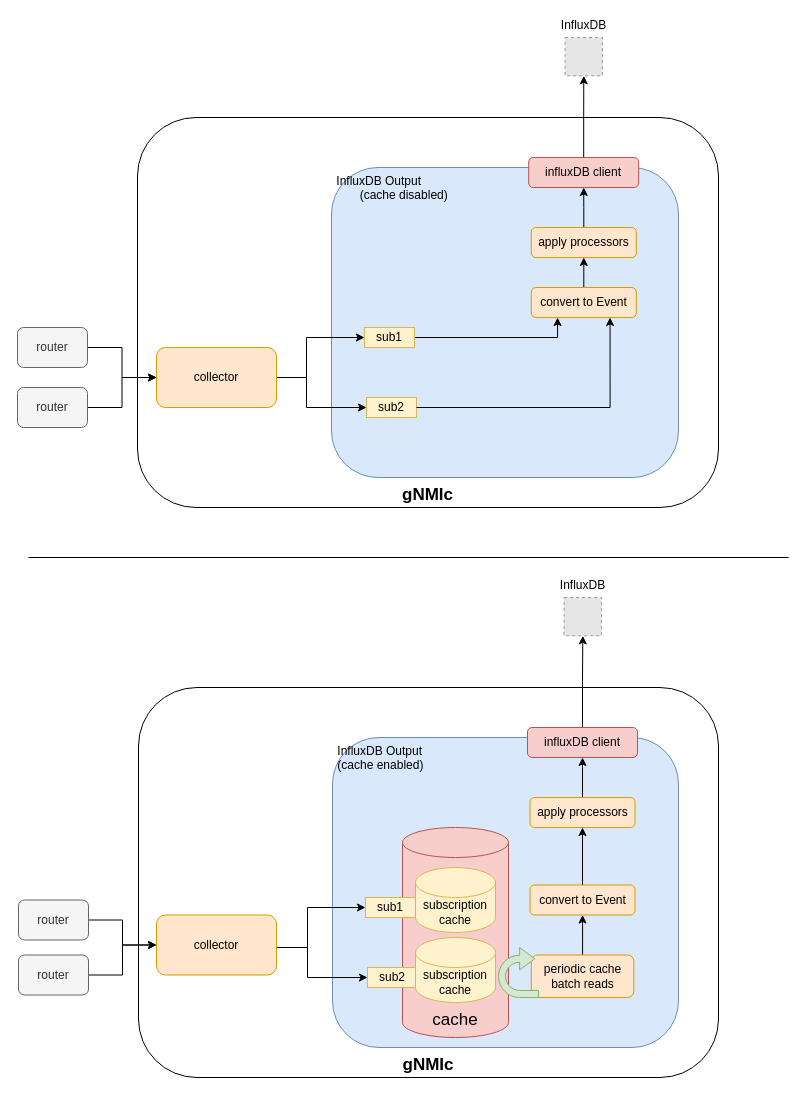
Before: diagrams/influxdb_output_with_without_cache.drawio in karimra/gnmic, a draw.io diagram. Source tidied: cells renumbered, new cells numbered last; positions are measured from the earlier drawing's top-left corner, leaving out a move shared by most shapes. Both pictures are drawn from the tidied source at 100%, with x=0, y=0 at pixel (17, 17). Pictures stored in the file or linked from it are replaced by grey dashed boxes.
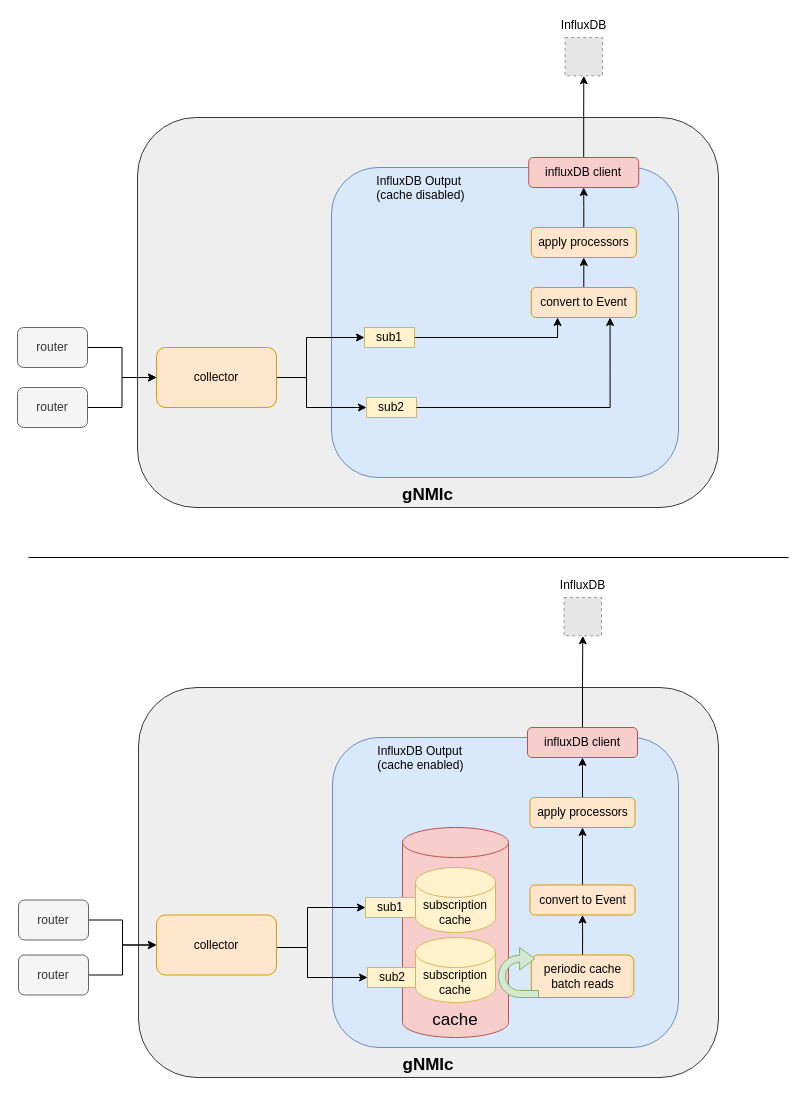
Above is the later version.

The edit, as a diff of the source:
```diff
@@
-    <mxCell id="2" value="&lt;b&gt;&lt;font style=&quot;font-size: 17px;&quot;&gt;gNMIc&lt;/font&gt;&lt;/b&gt;" style="rounded=1;whiteSpace=wrap;html=1;align=center;verticalAlign=bottom;" parent="1" vertex="1">
+    <mxCell id="2" value="&lt;b&gt;&lt;font style=&quot;font-size: 17px;&quot;&gt;gNMIc&lt;/font&gt;&lt;/b&gt;" style="rounded=1;whiteSpace=wrap;html=1;align=center;verticalAlign=bottom;fillColor=#eeeeee;strokeColor=#36393d;" parent="1" vertex="1">
       <mxGeometry x="121" y="670" width="580" height="390" as="geometry" />
     </mxCell>
-    <mxCell id="3" value="&lt;span style=&quot;white-space: pre&quot;&gt; &lt;/span&gt;InfluxDB Output&lt;br&gt;&lt;span style=&quot;white-space: pre;&quot;&gt; &lt;/span&gt;(cache enabled)" style="rounded=1;whiteSpace=wrap;html=1;align=left;verticalAlign=top;fillColor=#dae8fc;strokeColor=#6c8ebf;" parent="1" vertex="1">
+    <mxCell id="3" value="&lt;blockquote style=&quot;margin: 0 0 0 40px; border: none; padding: 0px;&quot;&gt;&lt;span style=&quot;white-space: pre&quot;&gt; &lt;/span&gt;InfluxDB Output&lt;br&gt;&lt;span style=&quot;white-space: pre;&quot;&gt; &lt;/span&gt;(cache enabled)&lt;/blockquote&gt;" style="rounded=1;whiteSpace=wrap;html=1;align=left;verticalAlign=top;fillColor=#dae8fc;strokeColor=#6c8ebf;" parent="1" vertex="1">
       <mxGeometry x="315" y="720" width="346" height="310" as="geometry" />
     </mxCell>
@@
-    <mxCell id="24" value="&lt;b&gt;&lt;font style=&quot;font-size: 17px;&quot;&gt;gNMIc&lt;/font&gt;&lt;/b&gt;" style="rounded=1;whiteSpace=wrap;html=1;align=center;verticalAlign=bottom;" parent="1" vertex="1">
+    <mxCell id="24" value="&lt;b&gt;&lt;font style=&quot;font-size: 17px;&quot;&gt;gNMIc&lt;/font&gt;&lt;/b&gt;" style="rounded=1;whiteSpace=wrap;html=1;align=center;verticalAlign=bottom;fillColor=#eeeeee;strokeColor=#36393d;" parent="1" vertex="1">
       <mxGeometry x="120" y="100" width="581" height="390" as="geometry" />
     </mxCell>
-    <mxCell id="25" value="&lt;span style=&quot;white-space: pre&quot;&gt; &lt;/span&gt;InfluxDB Output &lt;br&gt;&amp;nbsp; &amp;nbsp; &amp;nbsp; &amp;nbsp; (cache disabled)" style="rounded=1;whiteSpace=wrap;html=1;align=left;verticalAlign=top;fillColor=#dae8fc;strokeColor=#6c8ebf;" parent="1" vertex="1">
+    <mxCell id="25" value="&lt;blockquote style=&quot;margin: 0 0 0 40px; border: none; padding: 0px;&quot;&gt;&lt;span style=&quot;white-space: pre&quot;&gt; &lt;/span&gt;InfluxDB Output&lt;br&gt; &amp;nbsp;(cache disabled)&lt;/blockquote&gt;" style="rounded=1;whiteSpace=wrap;html=1;align=left;verticalAlign=top;fillColor=#dae8fc;strokeColor=#6c8ebf;" parent="1" vertex="1">
       <mxGeometry x="314" y="150" width="347" height="310" as="geometry" />
     </mxCell>
```
